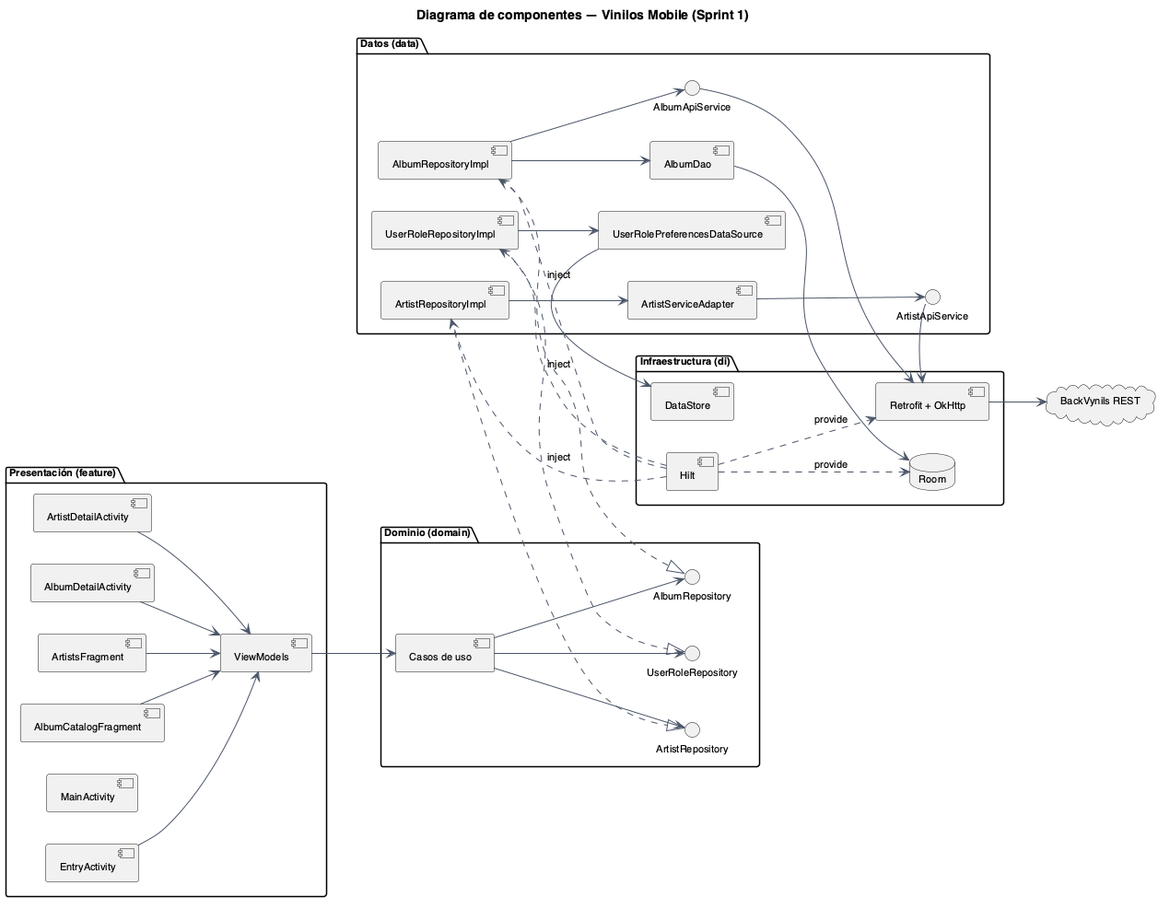
Above: docs/diagramas/02-componentes.png in jhonospina2711/MISW4201-202615-Vinilos-Mobile-Grupo13 (PlantUML), before the change.
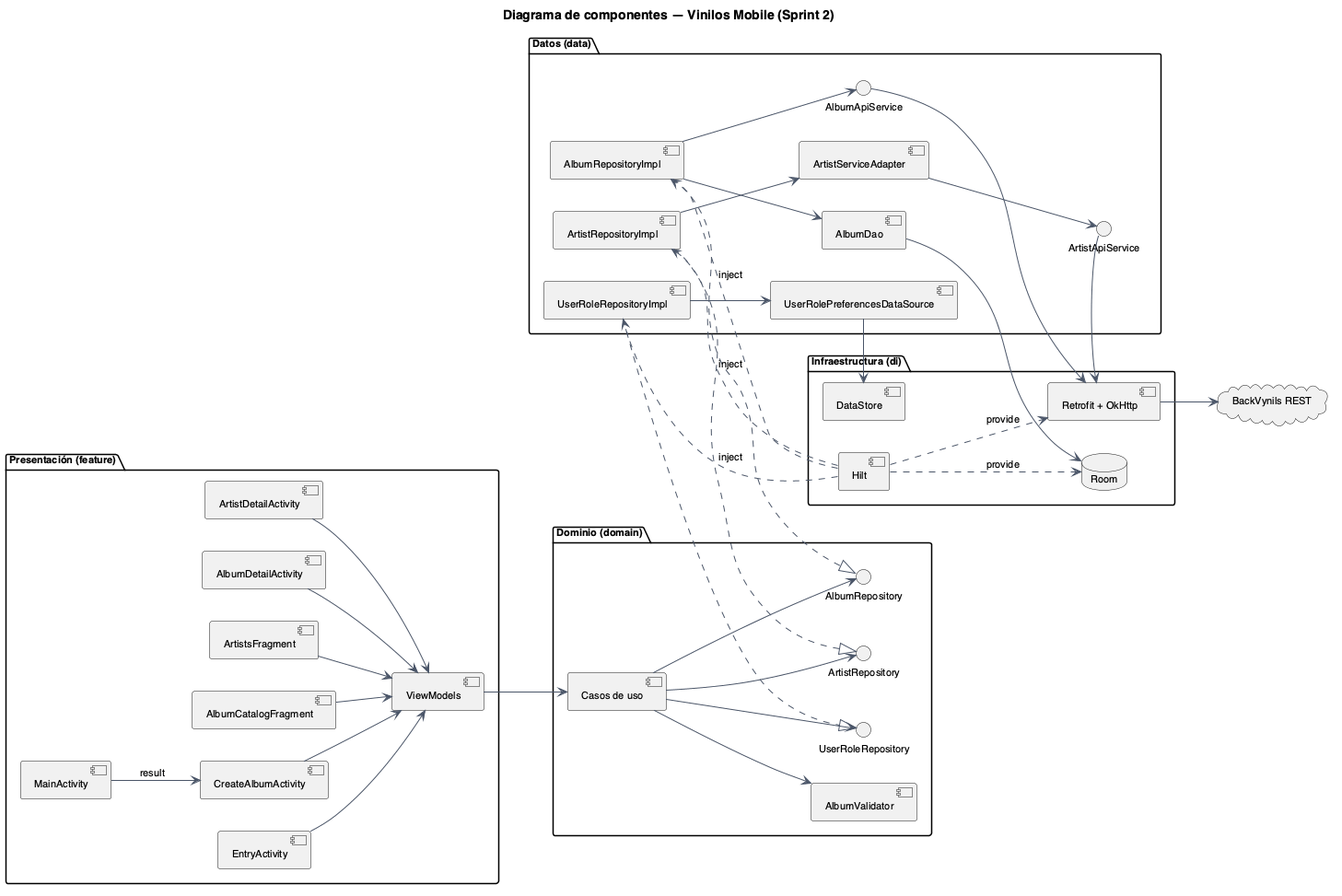
After the change.

Change to the diagram source:
```diff
@@ -1,5 +1,5 @@
 @startuml 02-componentes
-title Diagrama de componentes — Vinilos Mobile (Sprint 1)
+title Diagrama de componentes — Vinilos Mobile (Sprint 2)
 skinparam componentStyle uml2
 skinparam shadowing false
 skinparam arrowColor #4A5568
@@ -13,12 +13,14 @@
   component "AlbumCatalogFragment" as fragAlbums
   component "ArtistsFragment" as fragArtists
   component "AlbumDetailActivity" as actAlbum
+  component "CreateAlbumActivity" as actCreate
   component "ArtistDetailActivity" as actArtist
   component "ViewModels" as vms
 }
 
 package "Dominio (domain)" {
   component "Casos de uso" as usecases
+  component "AlbumValidator" as validator
   interface "AlbumRepository" as IAlbumRepo
   interface "ArtistRepository" as IArtistRepo
   interface "UserRoleRepository" as IUserRoleRepo
@@ -48,12 +50,15 @@
 fragAlbums --> vms
 fragArtists --> vms
 actAlbum --> vms
+actCreate --> vms
+main --> actCreate : «result»
 actArtist --> vms
 
 vms --> usecases
 usecases --> IAlbumRepo
 usecases --> IArtistRepo
 usecases --> IUserRoleRepo
+usecases --> validator
 
 albumRepoImpl ..|> IAlbumRepo
 artistRepoImpl ..|> IArtistRepo
```
